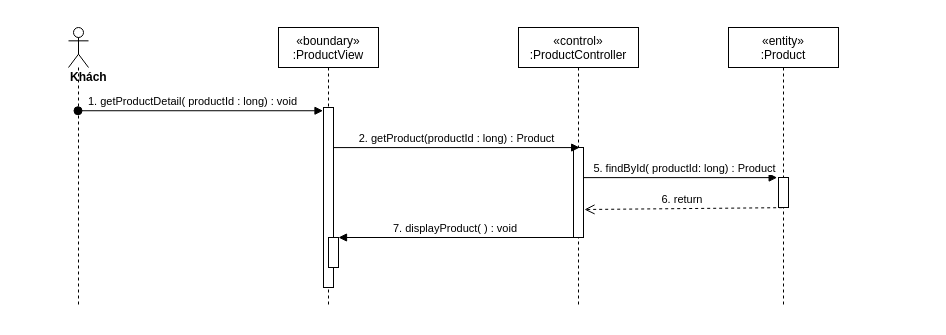
Above: sequence diagram/get-ProductDetail-sequence.drawio in nguyenphamvan/datn_20202 (draw.io), before the change. Source tidied: cells renumbered, new cells numbered last; positions are measured from the earlier drawing's top-left corner, leaving out a move shared by most shapes. Both pictures are drawn from the tidied source at 100%, with x=0, y=0 at pixel (68, 27).
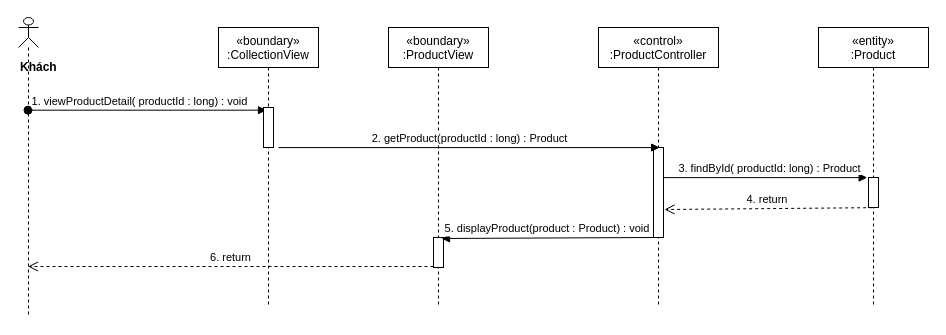
Above is the later version.

What changed in the source:
```diff
@@
 <mxGraphModel>
   <root>
     <mxCell id="0" />
     <mxCell id="1" parent="0" />
     <mxCell id="2" value="«boundary»&#10;:ProductView" style="shape=umlLifeline;perimeter=lifelinePerimeter;rounded=0;shadow=0;strokeWidth=1;" parent="1" vertex="1">
-      <mxGeometry x="210" width="100" height="280" as="geometry" />
+      <mxGeometry x="320" width="100" height="280" as="geometry" />
     </mxCell>
-    <mxCell id="3" style="points=[];perimeter=orthogonalPerimeter;rounded=0;shadow=0;strokeWidth=1;" parent="2" vertex="1">
-      <mxGeometry x="45" y="80" width="10" height="180" as="geometry" />
-    </mxCell>
     <mxCell id="4" style="html=1;points=[];perimeter=orthogonalPerimeter;" parent="2" vertex="1">
-      <mxGeometry x="50" y="210" width="10" height="30" as="geometry" />
+      <mxGeometry x="45" y="210" width="10" height="30" as="geometry" />
     </mxCell>
     <mxCell id="5" value="«control»&#10;:ProductController" style="shape=umlLifeline;perimeter=lifelinePerimeter;rounded=0;shadow=0;strokeWidth=1;" parent="1" vertex="1">
-      <mxGeometry x="450" width="120" height="280" as="geometry" />
+      <mxGeometry x="530" width="120" height="280" as="geometry" />
     </mxCell>
     <mxCell id="6" style="points=[];perimeter=orthogonalPerimeter;rounded=0;shadow=0;strokeWidth=1;" parent="5" vertex="1">
       <mxGeometry x="55" y="120" width="10" height="90" as="geometry" />
     </mxCell>
-    <mxCell id="7" value="&lt;div&gt;&lt;b&gt;Khách&lt;/b&gt;&lt;/div&gt;" style="shape=umlLifeline;participant=umlActor;perimeter=lifelinePerimeter;whiteSpace=wrap;html=1;verticalAlign=top;spacingTop=36;outlineConnect=0;align=left;" parent="1" vertex="1">
-      <mxGeometry width="20" height="280" as="geometry" />
+    <mxCell id="7" value="&lt;div&gt;&lt;b&gt;Khách&lt;/b&gt;&lt;/div&gt;" style="shape=umlLifeline;participant=umlActor;perimeter=lifelinePerimeter;whiteSpace=wrap;html=1;verticalAlign=top;spacingTop=36;outlineConnect=0;align=left;size=30;" parent="1" vertex="1">
+      <mxGeometry x="-50" y="-10" width="20" height="300" as="geometry" />
     </mxCell>
-    <mxCell id="8" value="1. getProductDetail( productId : long) : void" style="verticalAlign=bottom;startArrow=oval;endArrow=block;startSize=8;shadow=0;strokeWidth=1;entryX=-0.05;entryY=0.018;entryDx=0;entryDy=0;entryPerimeter=0;" parent="1" edge="1" source="7" target="3">
+    <mxCell id="8" value="1. viewProductDetail( productId : long) : void" style="verticalAlign=bottom;startArrow=oval;endArrow=block;startSize=8;shadow=0;strokeWidth=1;entryX=0.3;entryY=0.067;entryDx=0;entryDy=0;entryPerimeter=0;" parent="1" edge="1" source="7" target="16">
       <mxGeometry x="-0.06" relative="1" as="geometry" />
     </mxCell>
-    <mxCell id="9" value="2. getProduct(productId : long) : Product" style="html=1;verticalAlign=bottom;endArrow=block;entryX=0.617;entryY=0.001;entryDx=0;entryDy=0;entryPerimeter=0;" parent="1" edge="1" source="3" target="6">
+    <mxCell id="9" value="2. getProduct(productId : long) : Product" style="html=1;verticalAlign=bottom;endArrow=block;entryX=0.617;entryY=0.001;entryDx=0;entryDy=0;entryPerimeter=0;exitX=1.5;exitY=1.002;exitDx=0;exitDy=0;exitPerimeter=0;" parent="1" edge="1" source="16" target="6">
       <mxGeometry relative="1" as="geometry" />
     </mxCell>
     <mxCell id="10" value="«entity»&#10;:Product" style="shape=umlLifeline;perimeter=lifelinePerimeter;rounded=0;shadow=0;strokeWidth=1;" parent="1" vertex="1">
-      <mxGeometry x="660" width="110" height="280" as="geometry" />
+      <mxGeometry x="750" width="110" height="280" as="geometry" />
     </mxCell>
     <mxCell id="11" style="points=[];perimeter=orthogonalPerimeter;rounded=0;shadow=0;strokeWidth=1;" parent="10" vertex="1">
       <mxGeometry x="50" y="150" width="10" height="30" as="geometry" />
     </mxCell>
-    <mxCell id="12" value="5. findById( productId: long) : Product" style="html=1;verticalAlign=bottom;endArrow=block;entryX=-0.133;entryY=0.004;entryDx=0;entryDy=0;entryPerimeter=0;" parent="1" edge="1" source="6" target="11">
+    <mxCell id="12" value="3. findById( productId: long) : Product" style="html=1;verticalAlign=bottom;endArrow=block;entryX=-0.133;entryY=0.004;entryDx=0;entryDy=0;entryPerimeter=0;" parent="1" edge="1" source="6" target="11">
       <mxGeometry x="0.04" relative="1" as="geometry" />
     </mxCell>
-    <mxCell id="13" value="6. return&amp;nbsp;" style="html=1;verticalAlign=bottom;endArrow=open;dashed=1;endSize=8;exitX=0.367;exitY=1.006;exitDx=0;exitDy=0;exitPerimeter=0;entryX=1.1;entryY=0.689;entryDx=0;entryDy=0;entryPerimeter=0;" parent="1" edge="1" source="11" target="6">
+    <mxCell id="13" value="4. return&amp;nbsp;" style="html=1;verticalAlign=bottom;endArrow=open;dashed=1;endSize=8;exitX=0.367;exitY=1.006;exitDx=0;exitDy=0;exitPerimeter=0;entryX=1.1;entryY=0.689;entryDx=0;entryDy=0;entryPerimeter=0;" parent="1" edge="1" source="11" target="6">
       <mxGeometry relative="1" as="geometry" />
     </mxCell>
-    <mxCell id="14" value="7. displayProduct( ) : void" style="verticalAlign=bottom;endArrow=block;shadow=0;strokeWidth=1;" parent="1" edge="1" source="6" target="4">
+    <mxCell id="14" value="5. displayProduct(product : Product) : void" style="verticalAlign=bottom;endArrow=block;shadow=0;strokeWidth=1;entryX=0.8;entryY=0.033;entryDx=0;entryDy=0;entryPerimeter=0;" parent="1" edge="1" source="6" target="4">
       <mxGeometry relative="1" as="geometry" />
     </mxCell>
+    <mxCell id="15" value="«boundary»&#10;:CollectionView" style="shape=umlLifeline;perimeter=lifelinePerimeter;rounded=0;shadow=0;strokeWidth=1;" parent="1" vertex="1">
+      <mxGeometry x="150" width="100" height="280" as="geometry" />
+    </mxCell>
+    <mxCell id="16" style="html=1;points=[];perimeter=orthogonalPerimeter;" parent="15" vertex="1">
+      <mxGeometry x="45" y="80" width="10" height="40" as="geometry" />
+    </mxCell>
+    <mxCell id="17" value="6. return" style="html=1;verticalAlign=bottom;endArrow=open;dashed=1;endSize=8;exitX=0;exitY=0.967;exitDx=0;exitDy=0;exitPerimeter=0;" parent="1" edge="1" source="4" target="7">
+      <mxGeometry relative="1" as="geometry" />
+    </mxCell>
   </root>
 </mxGraphModel>
```
